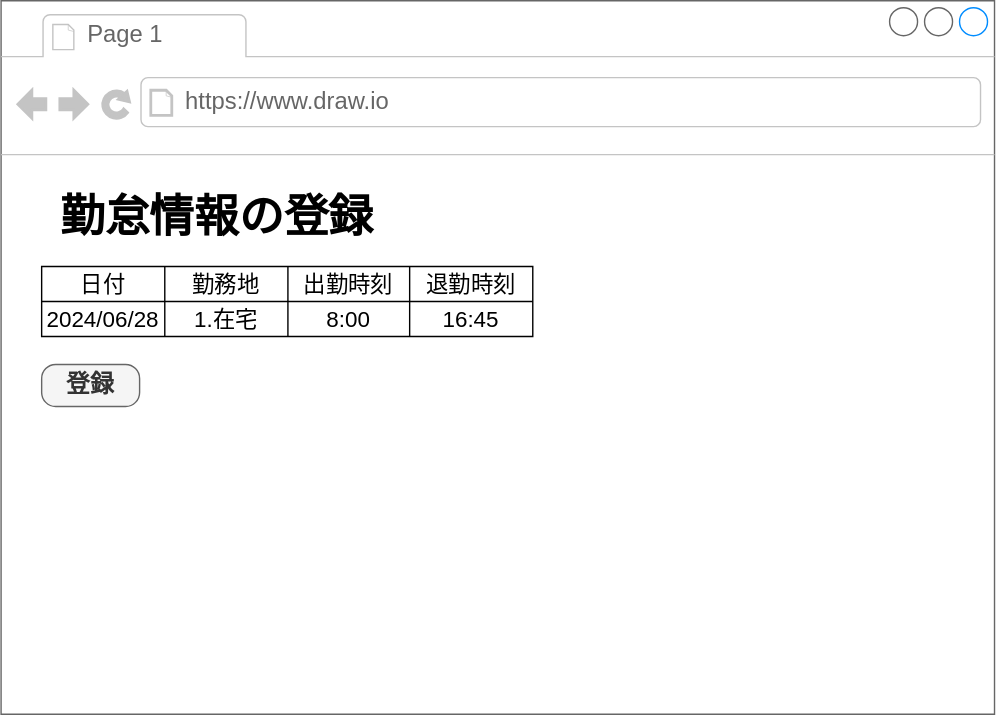
hokuto-fukura/software_engineering keeps this draw.io diagram as 勤怠登録画面.svg. Above is the earlier version. Source tidied: cells renumbered, new cells last; positions are measured from the earlier drawing's top-left corner, leaving out a move shared by most shapes.
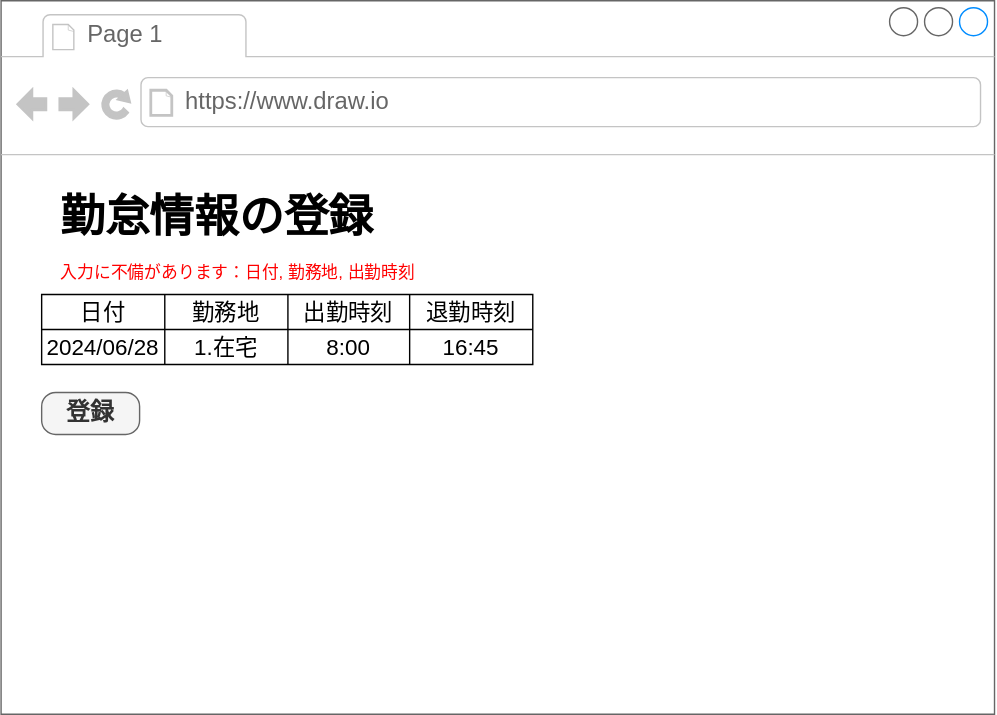
After the commit.

Commit message:
勤怠登録画面.svg を更新します

Diff of the diagram source:
```diff
@@ -15,7 +15,7 @@
       <mxGeometry x="29" y="130" width="250" height="50" as="geometry" />
     </mxCell>
     <mxCell id="6" style="shape=table;startSize=0;fontSize=16;" parent="2" vertex="1">
-      <mxGeometry x="29" y="190" width="351" height="50" as="geometry" />
+      <mxGeometry x="29" y="210" width="351" height="50" as="geometry" />
     </mxCell>
     <mxCell id="7" style="shape=tableRow;horizontal=0;startSize=0;swimlaneHead=0;swimlaneBody=0;strokeColor=inherit;top=0;left=0;bottom=0;right=0;fillColor=none;fontSize=16;" parent="6" vertex="1">
       <mxGeometry width="351" height="25" as="geometry" />
@@ -48,7 +48,10 @@
       <mxGeometry x="263" width="88" height="25" as="geometry" />
     </mxCell>
     <mxCell id="17" value="登録" style="strokeWidth=1;shadow=0;dashed=0;align=center;html=1;shape=mxgraph.mockup.buttons.button;strokeColor=#666666;fontColor=#333333;mainText=;buttonStyle=round;fontSize=17;fontStyle=1;fillColor=#f5f5f5;whiteSpace=wrap;" parent="2" vertex="1">
-      <mxGeometry x="29" y="260" width="70" height="30" as="geometry" />
+      <mxGeometry x="29" y="280" width="70" height="30" as="geometry" />
     </mxCell>
+    <mxCell id="18" value="&lt;font color=&quot;#ff0000&quot;&gt;入力に不備があります：日付, 勤務地, 出勤時刻&lt;/font&gt;" style="text;html=1;align=center;verticalAlign=middle;strokeColor=none;fillColor=none;" parent="2" vertex="1">
+      <mxGeometry x="29" y="180" width="280" height="30" as="geometry" />
+    </mxCell>
   </root>
 </mxGraphModel>
```
